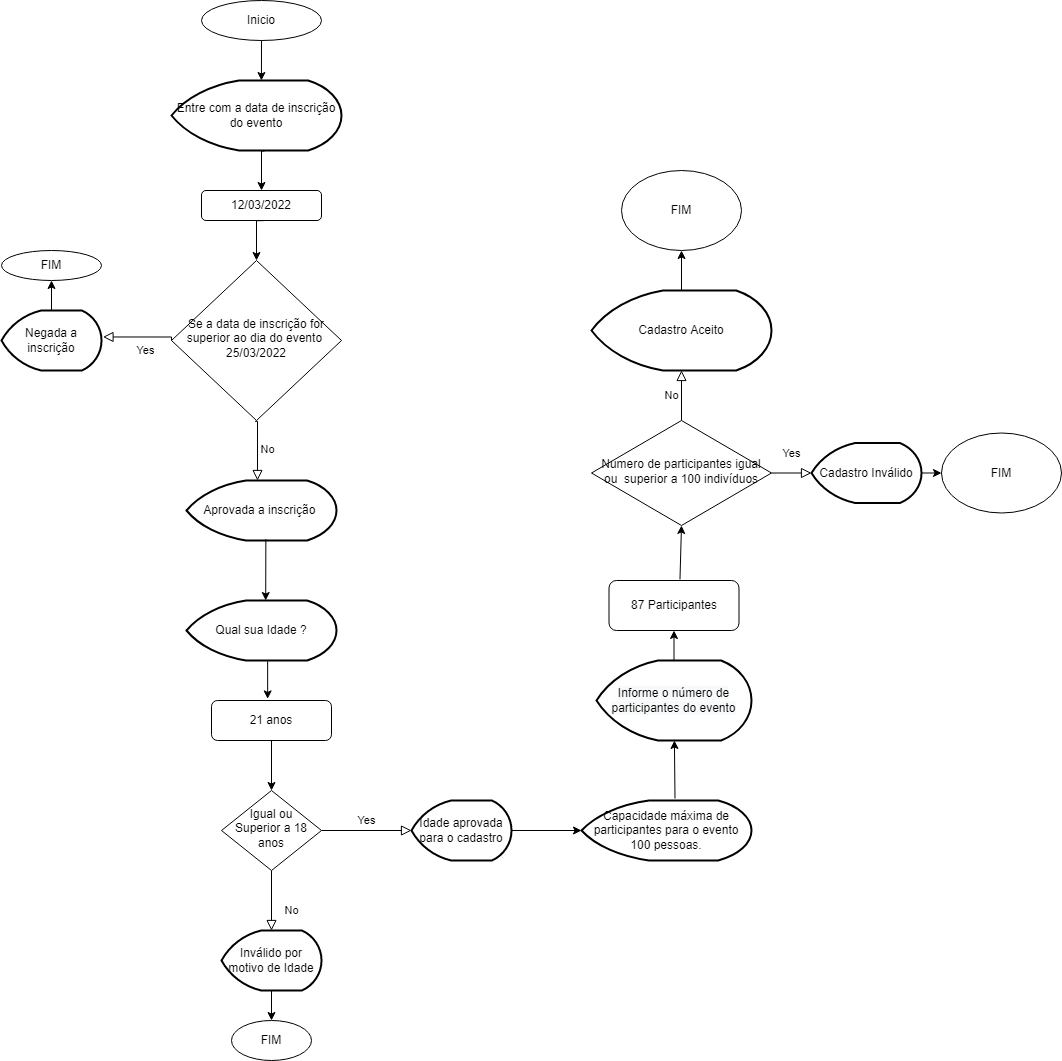
Above: Untitled Diagram.drawio.png in EvertonMDS/Fluxograma (draw.io), before the change. Source tidied: cells renumbered, new cells last; positions are measured from the earlier drawing's top-left corner, leaving out a move shared by most shapes.
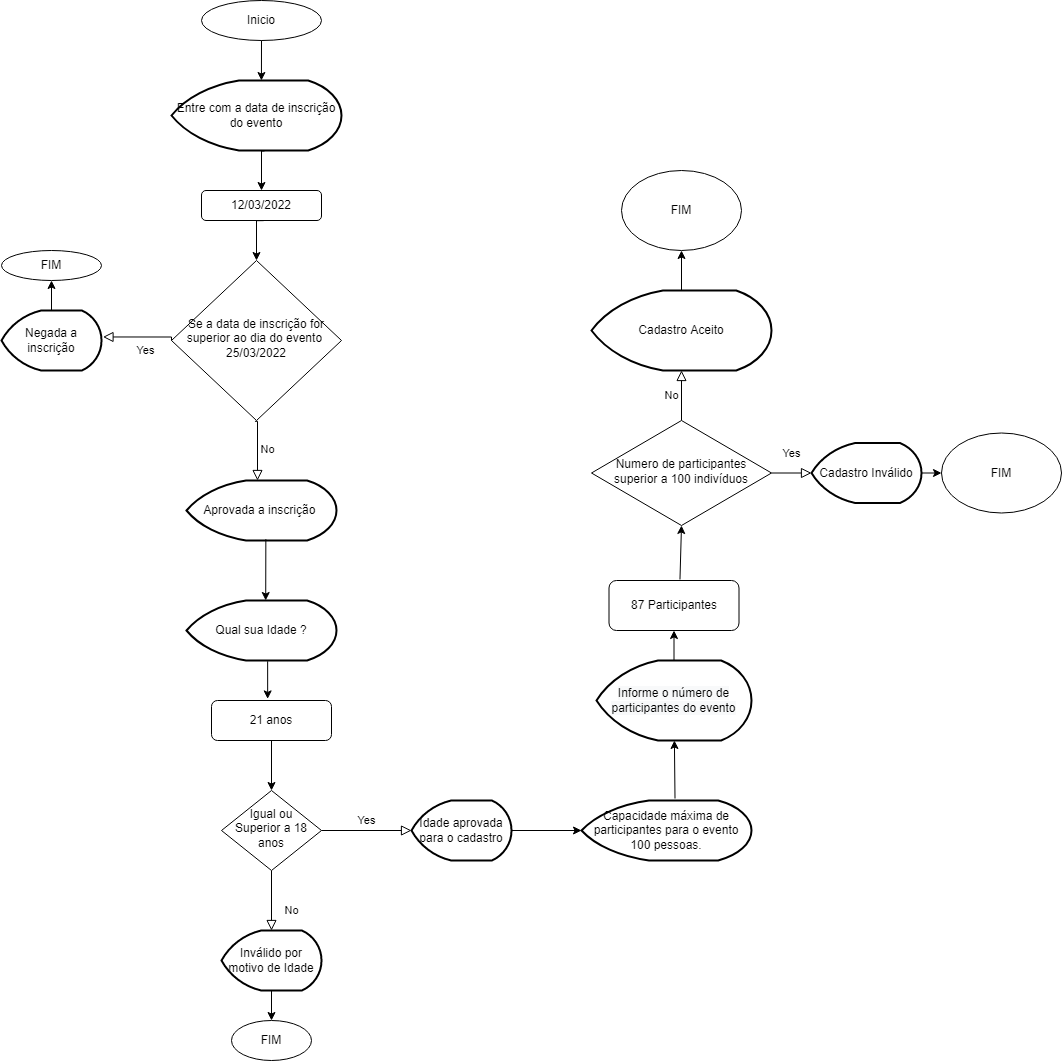
Later version of the same file.

Diff of the diagram source:
```diff
@@ -110,7 +110,7 @@
     <mxCell id="31" style="endArrow=classic;html=1;rounded=0;entryX=0.5;entryY=1;entryDx=0;entryDy=0;" parent="1" edge="1" source="29" target="28">
       <mxGeometry relative="1" as="geometry" />
     </mxCell>
-    <mxCell id="32" value="Numero de participantes igual ou&amp;nbsp; superior a 100 indivíduos" style="rhombus;whiteSpace=wrap;html=1;shadow=0;fontFamily=Helvetica;fontSize=12;align=center;strokeWidth=1;spacing=6;spacingTop=-4;" parent="1" vertex="1">
+    <mxCell id="32" value="Numero de participantes superior a 100 indivíduos" style="rhombus;whiteSpace=wrap;html=1;shadow=0;fontFamily=Helvetica;fontSize=12;align=center;strokeWidth=1;spacing=6;spacingTop=-4;" parent="1" vertex="1">
       <mxGeometry x="590" y="420" width="180" height="105" as="geometry" />
     </mxCell>
     <mxCell id="33" value="Yes" style="rounded=0;html=1;jettySize=auto;fontSize=11;endArrow=block;endFill=0;endSize=8;strokeWidth=1;shadow=0;labelBackgroundColor=none;edgeStyle=orthogonalEdgeStyle;exitX=1;exitY=0.5;exitDx=0;exitDy=0;" parent="1" edge="1" source="32" target="37">
```
